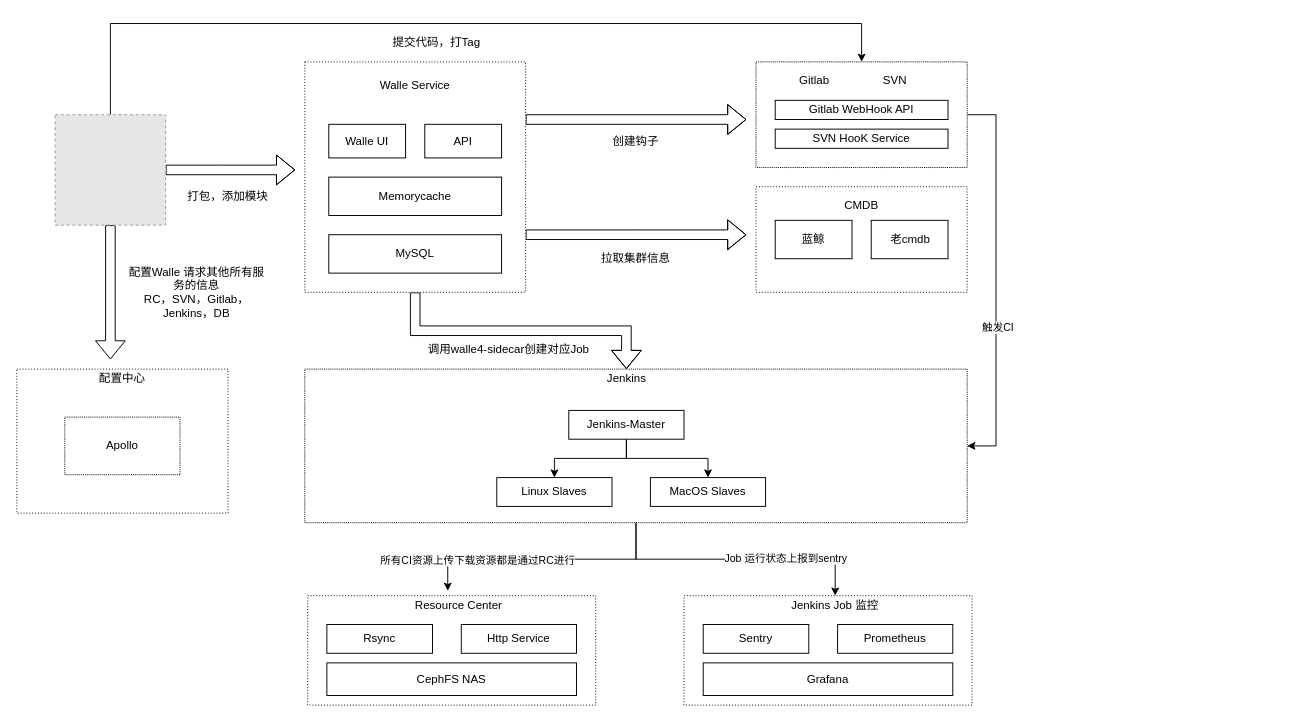
Before: Untitled Diagram.drawio in Armand-zsh/huashan, a draw.io diagram. Source tidied: cells renumbered, new cells numbered last; positions are measured from the earlier drawing's top-left corner, leaving out a move shared by most shapes. Both pictures are drawn from the tidied source at 96%, with x=0, y=0 at pixel (16, 23). Pictures stored in the file or linked from it are replaced by grey dashed boxes.
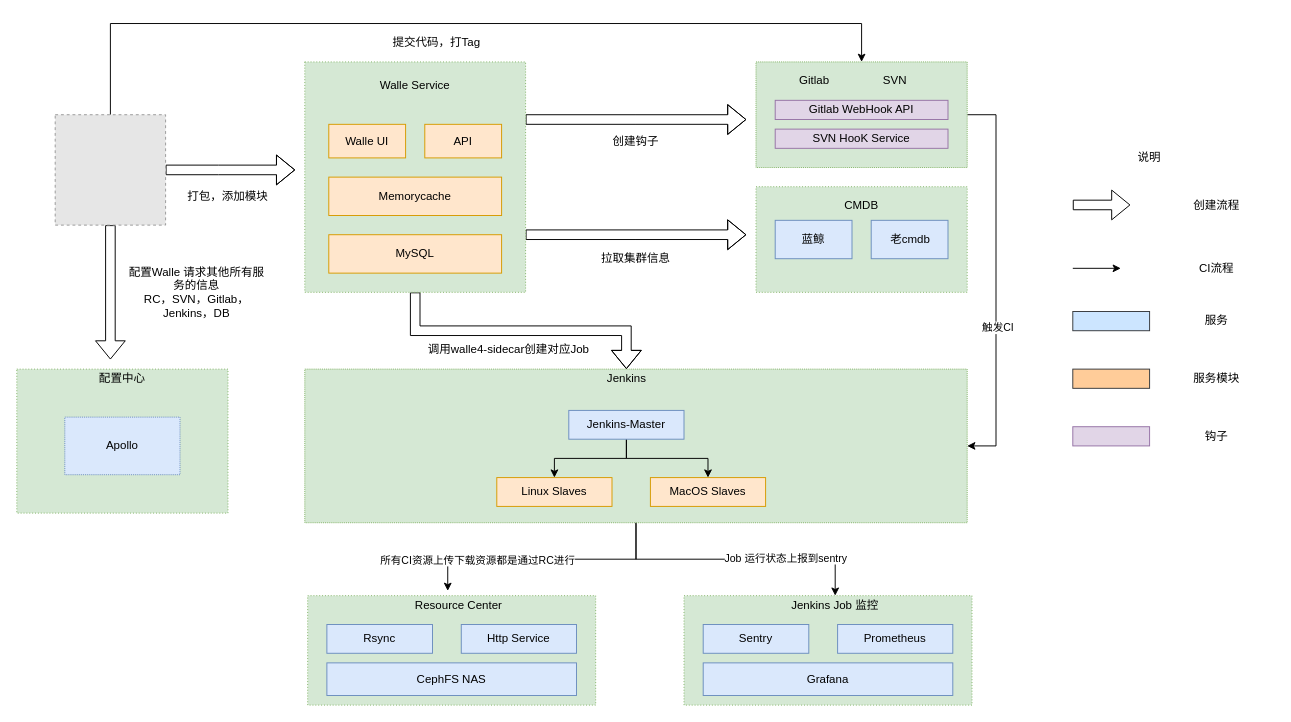
After the change.

Diff of the diagram source:
```diff
@@
-    <mxCell id="2" style="rounded=0;whiteSpace=wrap;html=1;dashed=1;dashPattern=1 2;" parent="1" vertex="1">
+    <mxCell id="2" style="rounded=0;whiteSpace=wrap;html=1;dashed=1;dashPattern=1 2;fillColor=#d5e8d4;strokeColor=#82b366;" parent="1" vertex="1">
       <mxGeometry x="770" y="170" width="220" height="110" as="geometry" />
     </mxCell>
-    <mxCell id="3" style="rounded=0;whiteSpace=wrap;html=1;" parent="1" vertex="1">
+    <mxCell id="3" style="rounded=0;whiteSpace=wrap;html=1;fillColor=#dae8fc;strokeColor=#6c8ebf;" parent="1" vertex="1">
       <mxGeometry x="790" y="205" width="80" height="40" as="geometry" />
     </mxCell>
-    <mxCell id="4" style="rounded=0;whiteSpace=wrap;html=1;" parent="1" vertex="1">
+    <mxCell id="4" style="rounded=0;whiteSpace=wrap;html=1;fillColor=#dae8fc;strokeColor=#6c8ebf;" parent="1" vertex="1">
       <mxGeometry x="890" y="205" width="80" height="40" as="geometry" />
     </mxCell>
@@
-    <mxCell id="11" style="rounded=0;whiteSpace=wrap;html=1;dashed=1;dashPattern=1 2;" parent="1" vertex="1">
+    <mxCell id="11" style="rounded=0;whiteSpace=wrap;html=1;dashed=1;dashPattern=1 2;fillColor=#d5e8d4;strokeColor=#82b366;" parent="1" vertex="1">
       <mxGeometry x="300" y="40" width="230" height="240" as="geometry" />
     </mxCell>
@@
-    <mxCell id="13" value="Walle UI" style="rounded=0;whiteSpace=wrap;html=1;" parent="1" vertex="1">
+    <mxCell id="13" value="Walle UI" style="rounded=0;whiteSpace=wrap;html=1;fillColor=#ffe6cc;strokeColor=#d79b00;" parent="1" vertex="1">
       <mxGeometry x="325" y="105" width="80" height="35" as="geometry" />
     </mxCell>
-    <mxCell id="14" value="MySQL" style="rounded=0;whiteSpace=wrap;html=1;" parent="1" vertex="1">
+    <mxCell id="14" value="MySQL" style="rounded=0;whiteSpace=wrap;html=1;fillColor=#ffe6cc;strokeColor=#d79b00;" parent="1" vertex="1">
       <mxGeometry x="325" y="220" width="180" height="40" as="geometry" />
     </mxCell>
-    <mxCell id="15" value="Memorycache" style="rounded=0;whiteSpace=wrap;html=1;" parent="1" vertex="1">
+    <mxCell id="15" value="Memorycache" style="rounded=0;whiteSpace=wrap;html=1;fillColor=#ffe6cc;strokeColor=#d79b00;" parent="1" vertex="1">
       <mxGeometry x="325" y="160" width="180" height="40" as="geometry" />
     </mxCell>
@@
-    <mxCell id="18" style="rounded=0;whiteSpace=wrap;html=1;dashed=1;dashPattern=1 1;" parent="1" vertex="1">
+    <mxCell id="18" style="rounded=0;whiteSpace=wrap;html=1;dashed=1;dashPattern=1 1;fillColor=#d5e8d4;strokeColor=#82b366;" parent="1" vertex="1">
       <mxGeometry x="770" y="40" width="220" height="110" as="geometry" />
     </mxCell>
@@
-    <mxCell id="24" style="rounded=0;whiteSpace=wrap;html=1;dashed=1;dashPattern=1 1;" parent="1" vertex="1">
+    <mxCell id="24" style="rounded=0;whiteSpace=wrap;html=1;dashed=1;dashPattern=1 1;fillColor=#d5e8d4;strokeColor=#82b366;" parent="1" vertex="1">
       <mxGeometry x="300" y="360" width="690" height="160" as="geometry" />
     </mxCell>
@@
-    <mxCell id="28" value="Jenkins-Master" style="rounded=0;whiteSpace=wrap;html=1;" parent="1" vertex="1">
+    <mxCell id="28" value="Jenkins-Master" style="rounded=0;whiteSpace=wrap;html=1;fillColor=#dae8fc;strokeColor=#6c8ebf;" parent="1" vertex="1">
       <mxGeometry x="575" y="403" width="120" height="30" as="geometry" />
     </mxCell>
-    <mxCell id="29" value="Linux Slaves" style="rounded=0;whiteSpace=wrap;html=1;" parent="1" vertex="1">
+    <mxCell id="29" value="Linux Slaves" style="rounded=0;whiteSpace=wrap;html=1;fillColor=#ffe6cc;strokeColor=#d79b00;" parent="1" vertex="1">
       <mxGeometry x="500" y="473" width="120" height="30" as="geometry" />
     </mxCell>
-    <mxCell id="30" value="MacOS Slaves" style="rounded=0;whiteSpace=wrap;html=1;" parent="1" vertex="1">
+    <mxCell id="30" value="MacOS Slaves" style="rounded=0;whiteSpace=wrap;html=1;fillColor=#ffe6cc;strokeColor=#d79b00;" parent="1" vertex="1">
       <mxGeometry x="660" y="473" width="120" height="30" as="geometry" />
     </mxCell>
@@
-    <mxCell id="32" value="SVN HooK Service" style="rounded=0;whiteSpace=wrap;html=1;" parent="1" vertex="1">
+    <mxCell id="32" value="SVN HooK Service" style="rounded=0;whiteSpace=wrap;html=1;fillColor=#e1d5e7;strokeColor=#9673a6;" parent="1" vertex="1">
       <mxGeometry x="790" y="110" width="180" height="20" as="geometry" />
     </mxCell>
-    <mxCell id="33" value="Gitlab WebHook API" style="rounded=0;whiteSpace=wrap;html=1;" parent="1" vertex="1">
+    <mxCell id="33" value="Gitlab WebHook API" style="rounded=0;whiteSpace=wrap;html=1;fillColor=#e1d5e7;strokeColor=#9673a6;" parent="1" vertex="1">
       <mxGeometry x="790" y="80" width="180" height="20" as="geometry" />
     </mxCell>
-    <mxCell id="34" style="rounded=0;whiteSpace=wrap;html=1;dashed=1;dashPattern=1 2;" parent="1" vertex="1">
+    <mxCell id="34" style="rounded=0;whiteSpace=wrap;html=1;dashed=1;dashPattern=1 2;fillColor=#d5e8d4;strokeColor=#82b366;" parent="1" vertex="1">
       <mxGeometry y="360" width="220" height="150" as="geometry" />
     </mxCell>
@@
-    <mxCell id="36" style="rounded=0;whiteSpace=wrap;html=1;dashed=1;dashPattern=1 2;" parent="1" vertex="1">
+    <mxCell id="36" style="rounded=0;whiteSpace=wrap;html=1;dashed=1;dashPattern=1 2;fillColor=#d5e8d4;strokeColor=#82b366;" parent="1" vertex="1">
       <mxGeometry x="303" y="596" width="300" height="114" as="geometry" />
     </mxCell>
@@
-    <mxCell id="38" value="CephFS NAS" style="rounded=0;whiteSpace=wrap;html=1;" parent="1" vertex="1">
+    <mxCell id="38" value="CephFS NAS" style="rounded=0;whiteSpace=wrap;html=1;fillColor=#dae8fc;strokeColor=#6c8ebf;" parent="1" vertex="1">
       <mxGeometry x="323" y="666" width="260" height="34" as="geometry" />
     </mxCell>
-    <mxCell id="39" value="Rsync" style="rounded=0;whiteSpace=wrap;html=1;" parent="1" vertex="1">
+    <mxCell id="39" value="Rsync" style="rounded=0;whiteSpace=wrap;html=1;fillColor=#dae8fc;strokeColor=#6c8ebf;" parent="1" vertex="1">
       <mxGeometry x="323" y="626" width="110" height="30" as="geometry" />
     </mxCell>
-    <mxCell id="40" value="Http Service" style="rounded=0;whiteSpace=wrap;html=1;" parent="1" vertex="1">
+    <mxCell id="40" value="Http Service" style="rounded=0;whiteSpace=wrap;html=1;fillColor=#dae8fc;strokeColor=#6c8ebf;" parent="1" vertex="1">
       <mxGeometry x="463" y="626" width="120" height="30" as="geometry" />
     </mxCell>
-    <mxCell id="41" value="Apollo" style="rounded=0;whiteSpace=wrap;html=1;dashed=1;dashPattern=1 1;" parent="1" vertex="1">
+    <mxCell id="41" value="Apollo" style="rounded=0;whiteSpace=wrap;html=1;dashed=1;dashPattern=1 1;fillColor=#dae8fc;strokeColor=#6c8ebf;" parent="1" vertex="1">
       <mxGeometry x="50" y="410" width="120" height="60" as="geometry" />
     </mxCell>
-    <mxCell id="42" value="API" style="rounded=0;whiteSpace=wrap;html=1;" parent="1" vertex="1">
+    <mxCell id="42" value="API" style="rounded=0;whiteSpace=wrap;html=1;fillColor=#ffe6cc;strokeColor=#d79b00;" parent="1" vertex="1">
       <mxGeometry x="425" y="105" width="80" height="35" as="geometry" />
     </mxCell>
@@
-    <mxCell id="52" style="rounded=0;whiteSpace=wrap;html=1;dashed=1;dashPattern=1 2;" parent="1" vertex="1">
+    <mxCell id="52" style="rounded=0;whiteSpace=wrap;html=1;dashed=1;dashPattern=1 2;fillColor=#d5e8d4;strokeColor=#82b366;" parent="1" vertex="1">
       <mxGeometry x="695" y="596" width="300" height="114" as="geometry" />
     </mxCell>
@@
-    <mxCell id="54" value="Grafana" style="rounded=0;whiteSpace=wrap;html=1;" parent="1" vertex="1">
+    <mxCell id="54" value="Grafana" style="rounded=0;whiteSpace=wrap;html=1;fillColor=#dae8fc;strokeColor=#6c8ebf;" parent="1" vertex="1">
       <mxGeometry x="715" y="666" width="260" height="34" as="geometry" />
     </mxCell>
-    <mxCell id="55" value="Sentry" style="rounded=0;whiteSpace=wrap;html=1;" parent="1" vertex="1">
+    <mxCell id="55" value="Sentry" style="rounded=0;whiteSpace=wrap;html=1;fillColor=#dae8fc;strokeColor=#6c8ebf;" parent="1" vertex="1">
       <mxGeometry x="715" y="626" width="110" height="30" as="geometry" />
     </mxCell>
-    <mxCell id="56" value="Prometheus" style="rounded=0;whiteSpace=wrap;html=1;" parent="1" vertex="1">
+    <mxCell id="56" value="Prometheus" style="rounded=0;whiteSpace=wrap;html=1;fillColor=#dae8fc;strokeColor=#6c8ebf;" parent="1" vertex="1">
       <mxGeometry x="855" y="626" width="120" height="30" as="geometry" />
     </mxCell>
@@
+    <mxCell id="58" style="shape=flexArrow;endArrow=classic;html=1;" parent="1" edge="1">
+      <mxGeometry relative="1" as="geometry">
+        <mxPoint x="1100" y="189" as="sourcePoint" />
+        <mxPoint x="1160" y="189" as="targetPoint" />
+      </mxGeometry>
+    </mxCell>
+    <mxCell id="59" style="endArrow=classic;html=1;" parent="1" edge="1">
+      <mxGeometry relative="1" as="geometry">
+        <mxPoint x="1100" y="255" as="sourcePoint" />
+        <mxPoint x="1150" y="255" as="targetPoint" />
+      </mxGeometry>
+    </mxCell>
+    <mxCell id="60" value="说明" style="text;html=1;strokeColor=none;fillColor=none;align=center;verticalAlign=middle;whiteSpace=wrap;rounded=0;dashed=1;dashPattern=1 1;" parent="1" vertex="1">
+      <mxGeometry x="1120" y="130" width="120" height="20" as="geometry" />
+    </mxCell>
+    <mxCell id="61" value="创建流程" style="text;html=1;strokeColor=none;fillColor=none;align=center;verticalAlign=middle;whiteSpace=wrap;rounded=0;dashed=1;dashPattern=1 1;" parent="1" vertex="1">
+      <mxGeometry x="1190" y="180" width="120" height="20" as="geometry" />
+    </mxCell>
+    <mxCell id="62" value="CI流程" style="text;html=1;strokeColor=none;fillColor=none;align=center;verticalAlign=middle;whiteSpace=wrap;rounded=0;dashed=1;dashPattern=1 1;" parent="1" vertex="1">
+      <mxGeometry x="1190" y="245" width="120" height="20" as="geometry" />
+    </mxCell>
+    <mxCell id="63" style="rounded=0;whiteSpace=wrap;html=1;fillColor=#cce5ff;strokeColor=#36393d;" parent="1" vertex="1">
+      <mxGeometry x="1100" y="300" width="80" height="20" as="geometry" />
+    </mxCell>
+    <mxCell id="64" style="rounded=0;whiteSpace=wrap;html=1;fillColor=#ffcc99;strokeColor=#36393d;" parent="1" vertex="1">
+      <mxGeometry x="1100" y="360" width="80" height="20" as="geometry" />
+    </mxCell>
+    <mxCell id="65" style="rounded=0;whiteSpace=wrap;html=1;fillColor=#e1d5e7;strokeColor=#9673a6;" parent="1" vertex="1">
+      <mxGeometry x="1100" y="420" width="80" height="20" as="geometry" />
+    </mxCell>
+    <mxCell id="66" value="服务" style="text;html=1;strokeColor=none;fillColor=none;align=center;verticalAlign=middle;whiteSpace=wrap;rounded=0;dashed=1;dashPattern=1 1;" parent="1" vertex="1">
+      <mxGeometry x="1190" y="300" width="120" height="20" as="geometry" />
+    </mxCell>
+    <mxCell id="67" value="服务模块" style="text;html=1;strokeColor=none;fillColor=none;align=center;verticalAlign=middle;whiteSpace=wrap;rounded=0;dashed=1;dashPattern=1 1;" parent="1" vertex="1">
+      <mxGeometry x="1190" y="360" width="120" height="20" as="geometry" />
+    </mxCell>
+    <mxCell id="68" value="钩子" style="text;html=1;strokeColor=none;fillColor=none;align=center;verticalAlign=middle;whiteSpace=wrap;rounded=0;dashed=1;dashPattern=1 1;" parent="1" vertex="1">
+      <mxGeometry x="1190" y="420" width="120" height="20" as="geometry" />
+    </mxCell>
```
